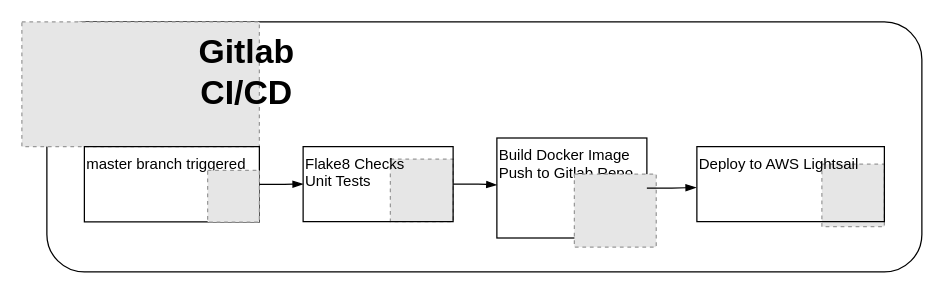
Before: page "CICD" (2 of 2) of docs/architecutre/sortofair.drawio in JoshuaSchlichting/sweng894-capstone, a draw.io diagram. Source tidied: cells renumbered, new cells numbered last; positions are measured from the earlier drawing's top-left corner, leaving out a move shared by most shapes. Both pictures are drawn from the tidied source at 125%, with x=0, y=0 at pixel (21, 21). Pictures stored in the file or linked from it are replaced by grey dashed boxes.
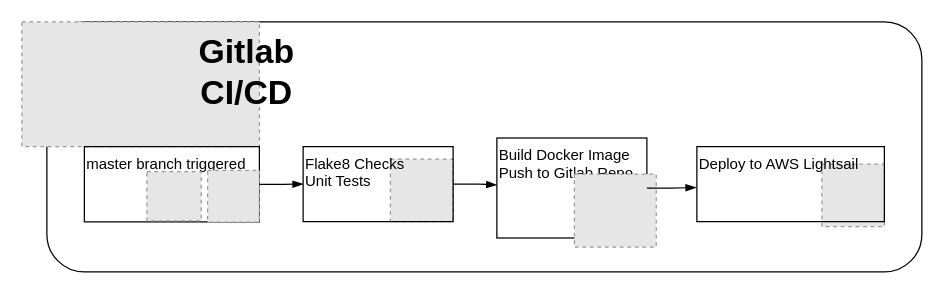
The same diagram, later.

Commit message (it also covers changes not shown here):
updated architecture diagrams to include move to github

The edit, as a diff of the source:
```diff
@@
     <mxCell id="16" style="group;" parent="1" vertex="1">
-      <mxGeometry x="50" y="99.8" width="141.4" height="60.2" as="geometry" />
+      <mxGeometry x="50" y="99.8" width="141.4" height="82.6" as="geometry" />
     </mxCell>
@@
+    <mxCell id="20" style="fillColor=#E6E6E6;strokeColor=#999999;dashed=1;verticalLabelPosition=bottom;labelBackgroundColor=#ffffff;verticalAlign=top;" parent="16" vertex="1">
+      <mxGeometry x="50" y="20" width="43.5" height="39.4" as="geometry" />
+    </mxCell>
```
